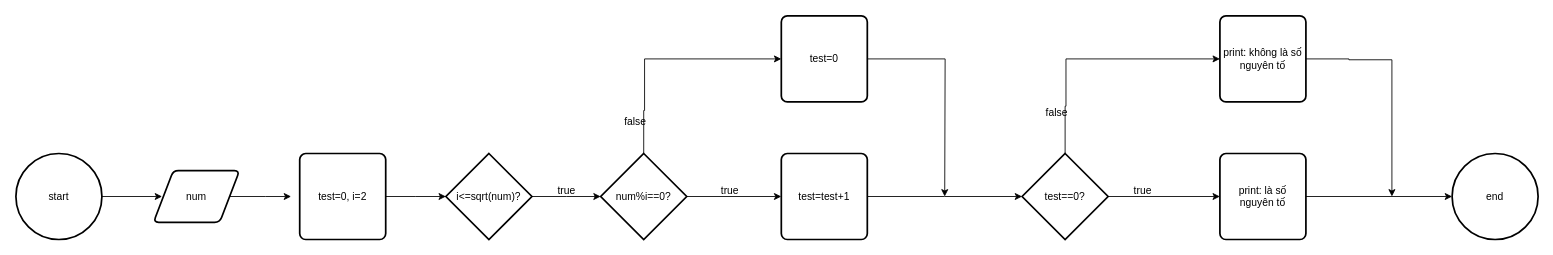
Earlier version of the draw.io diagram BTTH_So5_drawio.drawio (NDQnhat/NDQNhat_KS2024B_N24DTCN119_BTTH). Source tidied: cells renumbered, new cells numbered last; positions are measured from the earlier drawing's top-left corner, leaving out a move shared by most shapes. Both pictures are drawn from the tidied source at 86%, with x=0, y=0 at pixel (15, 15).
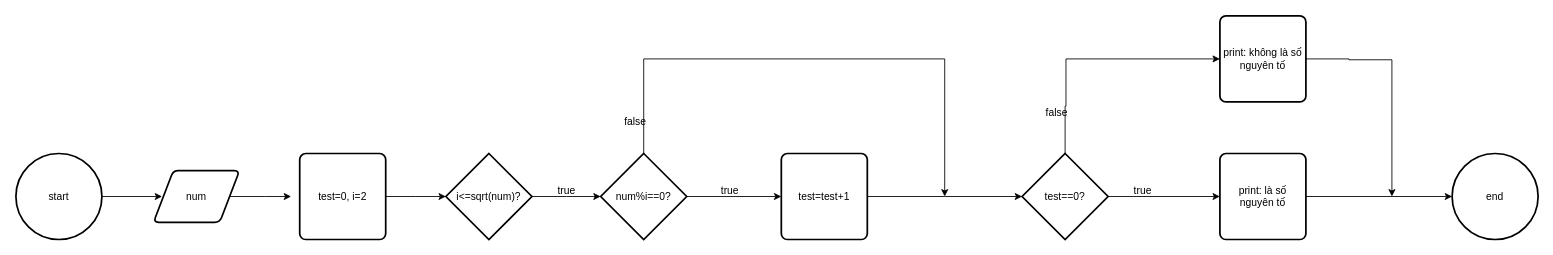
Above is the later version.

Unchanged cells that the change refers to:
```xml
<mxCell id="12" value="num%i==0?" style="strokeWidth=2;html=1;shape=mxgraph.flowchart.decision;whiteSpace=wrap;" parent="1" vertex="1">
  <mxGeometry x="680" y="160" width="100" height="100" as="geometry" />
</mxCell>
```

The edit, as a diff of the source:
```diff
@@
     <mxCell id="11" style="edgeStyle=orthogonalEdgeStyle;rounded=0;jettySize=auto;html=1;" parent="1" edge="1" source="12">
       <mxGeometry relative="1" as="geometry">
-        <mxPoint x="890" y="50" as="targetPoint" />
+        <mxPoint x="1080" y="210" as="targetPoint" />
         <Array as="points">
-          <mxPoint x="730" y="110" />
-          <mxPoint x="731" y="110" />
+          <mxPoint x="730" y="50" />
         </Array>
       </mxGeometry>
     </mxCell>
@@
-    <mxCell id="17" style="edgeStyle=orthogonalEdgeStyle;rounded=0;jettySize=auto;html=1;" parent="1" edge="1" source="18">
-      <mxGeometry relative="1" as="geometry">
-        <mxPoint x="1080" y="210" as="targetPoint" />
-      </mxGeometry>
-    </mxCell>
-    <mxCell id="18" value="test=0" style="rounded=1;whiteSpace=wrap;html=1;absoluteArcSize=1;arcSize=14;strokeWidth=2;" parent="1" vertex="1">
-      <mxGeometry x="890" width="100" height="100" as="geometry" />
-    </mxCell>
```
